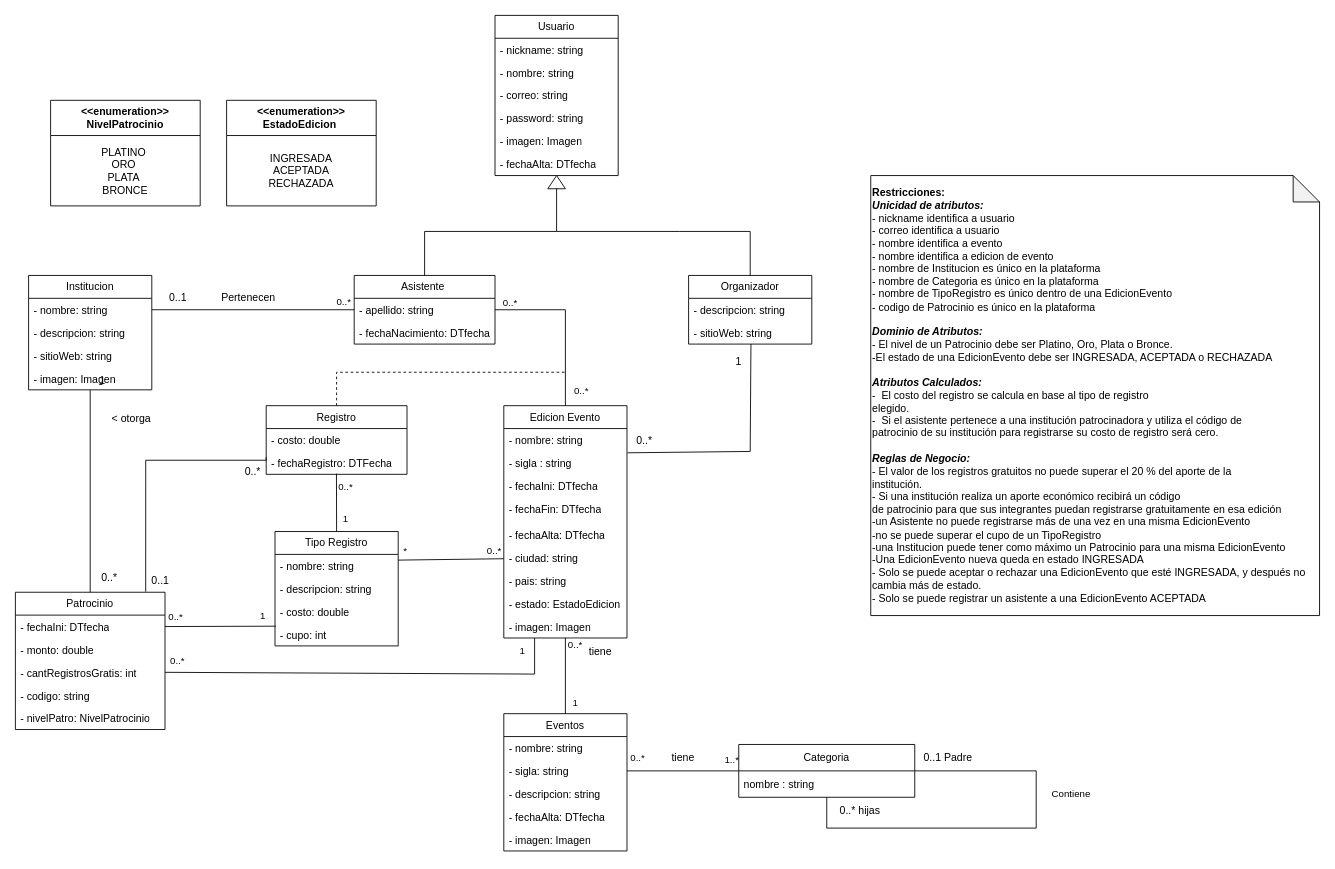
Above: page "ModeloDeDominio" (1 of 2) of docs/ModeloGeneral.drawio.xml in palomacabrera-igl/eventos-uy (draw.io), before the change. Source tidied: cells renumbered, new cells numbered last; positions are measured from the earlier drawing's top-left corner, leaving out a move shared by most shapes. Both pictures are drawn from the tidied source at 88%, with x=0, y=0 at pixel (15, 15).
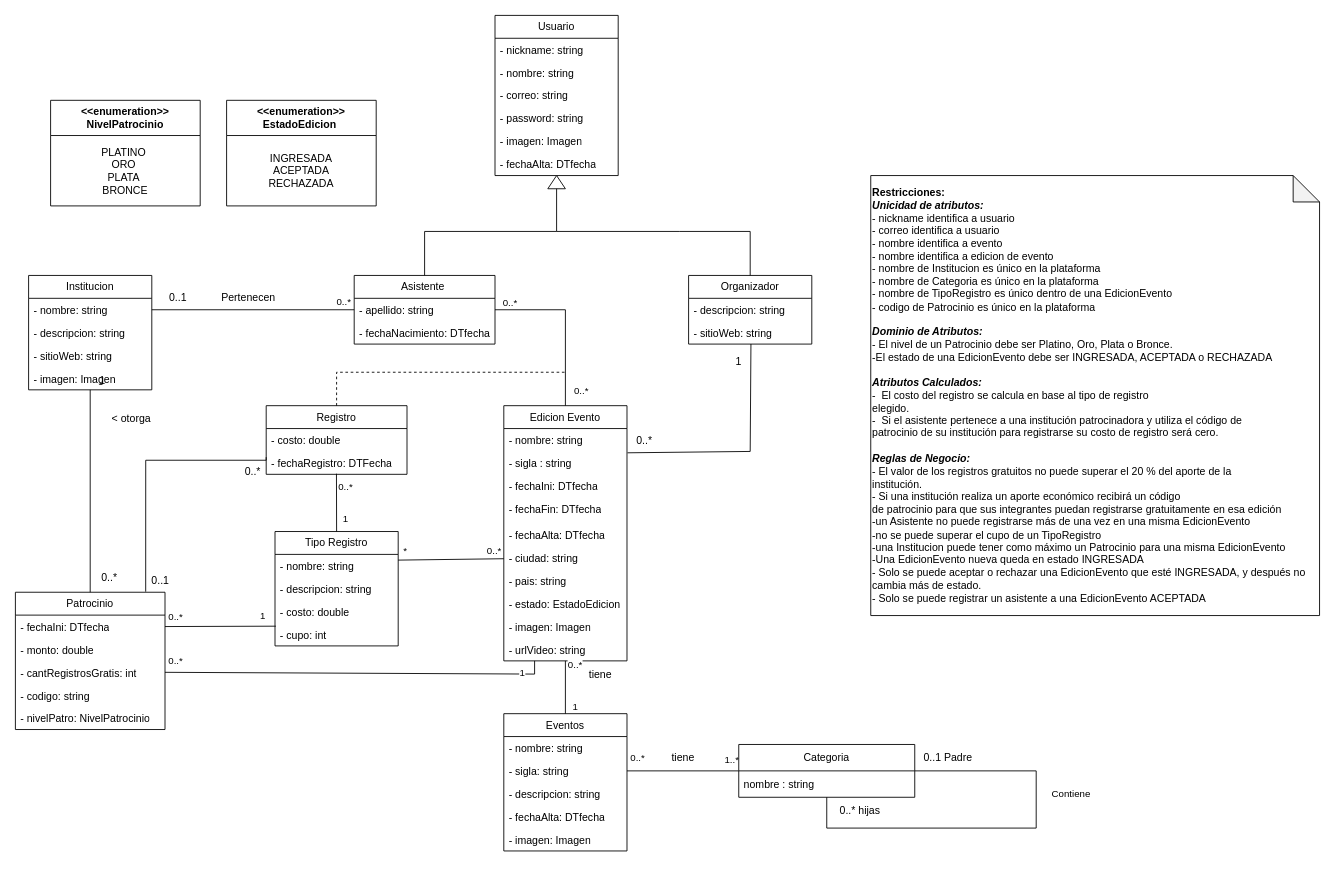
Above is the later version.

Commit message (it also covers changes not shown here):
Docs del Rol 3: correcciones a los DSS y urlVideo en el modelo

- DSS de Leandro: flechas y textos sin superponer, actor de la consulta
  como en la letra, y postcondiciones completas segun Sistema
  (registros con asistencia, patrocinio de edicion no aceptada,
  inicio de sesion del celular solo para asistentes).
- ModeloGeneral: EdicionEvento suma urlVideo: string.
- Laboratorio3-Rol3-diseno.md: se saca la ruta /movil/, que no existe.

The edit, as a diff of the source:
```diff
@@
     <mxCell id="20" value="Edicion Evento" style="swimlane;fontStyle=0;horizontal=1;startSize=26;fillColor=none;whiteSpace=wrap;html=1;rounded=0;" parent="1" vertex="1">
-      <mxGeometry x="555" y="443.5" width="140" height="264" as="geometry" />
+      <mxGeometry x="555" y="443.5" width="140" height="290" as="geometry" />
     </mxCell>
@@
+    <mxCell id="103" value="- urlVideo: string" style="text;strokeColor=none;fillColor=none;align=left;verticalAlign=top;spacingLeft=4;spacingRight=4;overflow=hidden;whiteSpace=wrap;html=1;rounded=0;" parent="20" vertex="1">
+      <mxGeometry y="264" width="140" height="26" as="geometry" />
+    </mxCell>
@@
     <mxCell id="90" value="tiene" style="text;html=1;whiteSpace=wrap;strokeColor=none;fillColor=none;align=center;verticalAlign=middle;rounded=0;" parent="1" vertex="1">
-      <mxGeometry x="635" y="707.5" width="60" height="30" as="geometry" />
+      <mxGeometry x="635" y="733.5" width="60" height="30" as="geometry" />
     </mxCell>
```
